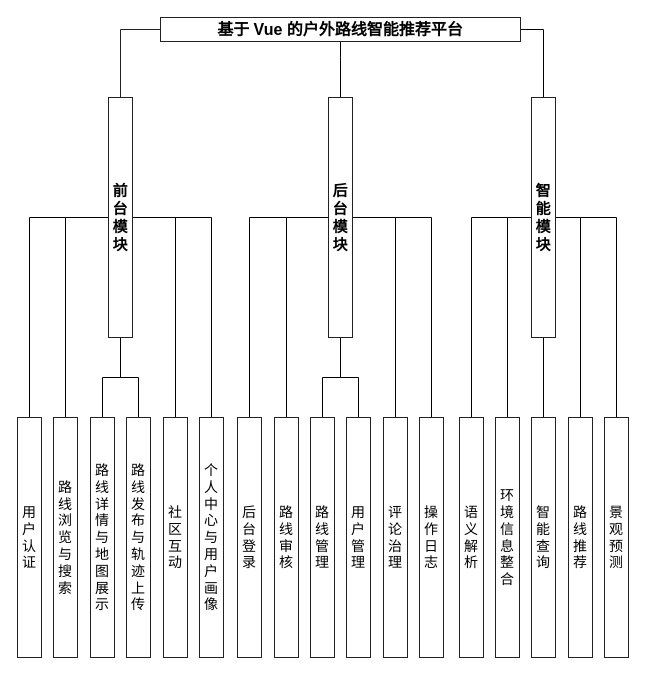
This is DOCS/architecture-diagrams/sources/系统功能模块图.drawio from 612cs/TrailQuest, a draw.io file, before an edit. Source tidied: cells renumbered, new cells numbered last; positions are measured from the earlier drawing's top-left corner, leaving out a move shared by most shapes. Both pictures are drawn from the tidied source at 100%, with x=0, y=0 at pixel (17, 17).
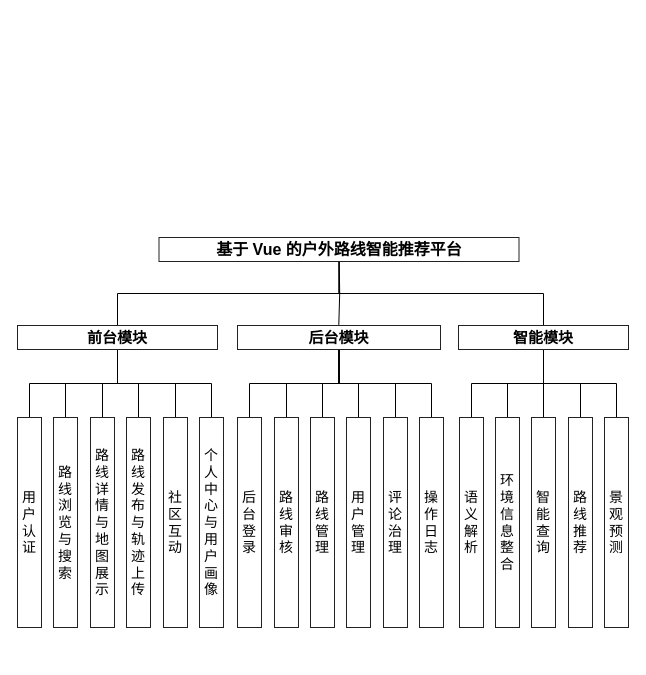
Above is the later version.

Diff of the diagram source:
```diff
@@
+    <mxCell id="44" style="edgeStyle=orthogonalEdgeStyle;rounded=0;jettySize=auto;html=1;entryX=0;entryY=0.5;entryDx=0;entryDy=0;endArrow=none;endFill=0;" parent="1" edge="1" source="4" target="11">
+      <mxGeometry relative="1" as="geometry" />
+    </mxCell>
-    <mxCell id="2" style="edgeStyle=orthogonalEdgeStyle;rounded=0;jettySize=auto;html=1;entryX=0.5;entryY=0;entryDx=0;entryDy=0;endArrow=none;endFill=0;" parent="1" edge="1" source="4" target="26">
+    <mxCell id="2" style="edgeStyle=orthogonalEdgeStyle;rounded=0;jettySize=auto;html=1;entryX=0;entryY=0.5;entryDx=0;entryDy=0;endArrow=none;endFill=0;" parent="1" edge="1" source="4" target="26">
       <mxGeometry relative="1" as="geometry" />
     </mxCell>
-    <mxCell id="3" style="edgeStyle=orthogonalEdgeStyle;rounded=0;jettySize=auto;html=1;endArrow=none;endFill=0;" parent="1" edge="1" source="4" target="18">
-      <mxGeometry relative="1" as="geometry">
-        <Array as="points">
-          <mxPoint x="323" y="40" />
-          <mxPoint x="323" y="40" />
-        </Array>
-      </mxGeometry>
-    </mxCell>
-    <mxCell id="4" value="基于 Vue 的户外路线智能推荐平台" style="rounded=0;whiteSpace=wrap;html=1;strokeColor=#222222;fillColor=#ffffff;fontSize=16;fontStyle=1;" parent="1" vertex="1">
-      <mxGeometry x="143" width="360" height="24" as="geometry" />
+    <mxCell id="4" value="基于 Vue 的户外路线智能推荐平台" style="rounded=0;whiteSpace=wrap;html=1;strokeColor=#222222;fillColor=none;fontSize=16;fontStyle=1;" parent="1" vertex="1">
+      <mxGeometry x="141.5" y="220" width="360" height="24" as="geometry" />
     </mxCell>
@@
-    <mxCell id="6" style="edgeStyle=orthogonalEdgeStyle;rounded=0;jettySize=auto;html=1;endArrow=none;endFill=0;" parent="1" edge="1" source="11" target="32">
-      <mxGeometry relative="1" as="geometry" />
-    </mxCell>
-    <mxCell id="7" style="edgeStyle=orthogonalEdgeStyle;rounded=0;jettySize=auto;html=1;endArrow=none;endFill=0;" parent="1" edge="1" source="11" target="31">
-      <mxGeometry relative="1" as="geometry" />
-    </mxCell>
@@
+    <mxCell id="7" style="edgeStyle=orthogonalEdgeStyle;rounded=0;jettySize=auto;html=1;endArrow=none;endFill=0;" parent="1" edge="1" source="11" target="31">
+      <mxGeometry relative="1" as="geometry" />
+    </mxCell>
+    <mxCell id="6" style="edgeStyle=orthogonalEdgeStyle;rounded=0;jettySize=auto;html=1;entryX=0.5;entryY=0;entryDx=0;entryDy=0;endArrow=none;endFill=0;exitX=1;exitY=0.5;exitDx=0;exitDy=0;" parent="1" edge="1" source="11" target="32">
+      <mxGeometry relative="1" as="geometry" />
+    </mxCell>
-    <mxCell id="11" value="前台模块" style="rounded=0;whiteSpace=wrap;html=1;strokeColor=#222222;fillColor=#ffffff;fontSize=15;fontStyle=1;" parent="1" vertex="1">
-      <mxGeometry x="91" y="80" width="24" height="240" as="geometry" />
+    <mxCell id="11" value="前台模块" style="rounded=0;whiteSpace=wrap;html=1;strokeColor=#222222;fillColor=none;fontSize=15;fontStyle=1;direction=south;" parent="1" vertex="1">
+      <mxGeometry y="308" width="200" height="24" as="geometry" />
     </mxCell>
@@
-    <mxCell id="18" value="后台模块" style="rounded=0;whiteSpace=wrap;html=1;strokeColor=#222222;fillColor=#ffffff;fontSize=15;fontStyle=1;" parent="1" vertex="1">
-      <mxGeometry x="311" y="80" width="24" height="240" as="geometry" />
+    <mxCell id="18" value="后台模块" style="rounded=0;whiteSpace=wrap;html=1;strokeColor=#222222;fillColor=none;fontSize=15;fontStyle=1;direction=south;" parent="1" vertex="1">
+      <mxGeometry x="220" y="308" width="203" height="24" as="geometry" />
     </mxCell>
@@
-    <mxCell id="26" value="智能模块" style="rounded=0;whiteSpace=wrap;html=1;strokeColor=#222222;fillColor=#ffffff;fontSize=15;fontStyle=1;" parent="1" vertex="1">
-      <mxGeometry x="514" y="80" width="24" height="240" as="geometry" />
+    <mxCell id="26" value="智能模块" style="rounded=0;whiteSpace=wrap;html=1;strokeColor=#222222;fillColor=none;fontSize=15;fontStyle=1;direction=south;" parent="1" vertex="1">
+      <mxGeometry x="441" y="308" width="170" height="24" as="geometry" />
     </mxCell>
-    <mxCell id="27" value="用户认证" style="rounded=0;whiteSpace=wrap;html=1;verticalLabel=1;align=center;verticalAlign=middle;strokeColor=#222222;fillColor=#ffffff;fontSize=14;" parent="1" vertex="1">
-      <mxGeometry y="400" width="24" height="240" as="geometry" />
+    <mxCell id="27" value="用户认证" style="rounded=0;whiteSpace=wrap;html=1;verticalLabel=1;align=center;verticalAlign=middle;strokeColor=#222222;fillColor=none;fontSize=14;" parent="1" vertex="1">
+      <mxGeometry y="400" width="24" height="210" as="geometry" />
     </mxCell>
-    <mxCell id="28" value="路线浏览&#10;与搜索" style="rounded=0;whiteSpace=wrap;html=1;verticalLabel=1;align=center;verticalAlign=middle;strokeColor=#222222;fillColor=#ffffff;fontSize=14;" parent="1" vertex="1">
-      <mxGeometry x="36" y="400" width="24" height="240" as="geometry" />
+    <mxCell id="28" value="路线浏览&#10;与搜索" style="rounded=0;whiteSpace=wrap;html=1;verticalLabel=1;align=center;verticalAlign=middle;strokeColor=#222222;fillColor=none;fontSize=14;" parent="1" vertex="1">
+      <mxGeometry x="36" y="400" width="24" height="210" as="geometry" />
     </mxCell>
-    <mxCell id="29" value="路线详情&#10;与地图展示" style="rounded=0;whiteSpace=wrap;html=1;verticalLabel=1;align=center;verticalAlign=middle;strokeColor=#222222;fillColor=#ffffff;fontSize=14;" parent="1" vertex="1">
-      <mxGeometry x="73" y="400" width="24" height="240" as="geometry" />
+    <mxCell id="29" value="路线详情&#10;与地图展示" style="rounded=0;whiteSpace=wrap;html=1;verticalLabel=1;align=center;verticalAlign=middle;strokeColor=#222222;fillColor=none;fontSize=14;" parent="1" vertex="1">
+      <mxGeometry x="73" y="400" width="24" height="210" as="geometry" />
     </mxCell>
-    <mxCell id="30" value="路线发布与&#10;轨迹上传" style="rounded=0;whiteSpace=wrap;html=1;verticalLabel=1;align=center;verticalAlign=middle;strokeColor=#222222;fillColor=#ffffff;fontSize=14;" parent="1" vertex="1">
-      <mxGeometry x="109" y="400" width="24" height="240" as="geometry" />
+    <mxCell id="30" value="路线发布与&#10;轨迹上传" style="rounded=0;whiteSpace=wrap;html=1;verticalLabel=1;align=center;verticalAlign=middle;strokeColor=#222222;fillColor=none;fontSize=14;" parent="1" vertex="1">
+      <mxGeometry x="109" y="400" width="24" height="210" as="geometry" />
     </mxCell>
-    <mxCell id="31" value="社区互动" style="rounded=0;whiteSpace=wrap;html=1;verticalLabel=1;align=center;verticalAlign=middle;strokeColor=#222222;fillColor=#ffffff;fontSize=14;" parent="1" vertex="1">
-      <mxGeometry x="146" y="400" width="24" height="240" as="geometry" />
+    <mxCell id="31" value="社区互动" style="rounded=0;whiteSpace=wrap;html=1;verticalLabel=1;align=center;verticalAlign=middle;strokeColor=#222222;fillColor=none;fontSize=14;" parent="1" vertex="1">
+      <mxGeometry x="146" y="400" width="24" height="210" as="geometry" />
     </mxCell>
-    <mxCell id="32" value="个人中心与&#10;用户画像" style="rounded=0;whiteSpace=wrap;html=1;verticalLabel=1;align=center;verticalAlign=middle;strokeColor=#222222;fillColor=#ffffff;fontSize=14;" parent="1" vertex="1">
-      <mxGeometry x="182" y="400" width="24" height="240" as="geometry" />
+    <mxCell id="32" value="个人中心与&#10;用户画像" style="rounded=0;whiteSpace=wrap;html=1;verticalLabel=1;align=center;verticalAlign=middle;strokeColor=#222222;fillColor=none;fontSize=14;" parent="1" vertex="1">
+      <mxGeometry x="182" y="400" width="24" height="210" as="geometry" />
     </mxCell>
-    <mxCell id="33" value="后台登录" style="rounded=0;whiteSpace=wrap;html=1;verticalLabel=1;align=center;verticalAlign=middle;strokeColor=#222222;fillColor=#ffffff;fontSize=14;" parent="1" vertex="1">
-      <mxGeometry x="220" y="400" width="24" height="240" as="geometry" />
+    <mxCell id="33" value="后台登录" style="rounded=0;whiteSpace=wrap;html=1;verticalLabel=1;align=center;verticalAlign=middle;strokeColor=#222222;fillColor=none;fontSize=14;" parent="1" vertex="1">
+      <mxGeometry x="220" y="400" width="24" height="210" as="geometry" />
     </mxCell>
-    <mxCell id="34" value="路线审核" style="rounded=0;whiteSpace=wrap;html=1;verticalLabel=1;align=center;verticalAlign=middle;strokeColor=#222222;fillColor=#ffffff;fontSize=14;" parent="1" vertex="1">
-      <mxGeometry x="257" y="400" width="24" height="240" as="geometry" />
+    <mxCell id="34" value="路线审核" style="rounded=0;whiteSpace=wrap;html=1;verticalLabel=1;align=center;verticalAlign=middle;strokeColor=#222222;fillColor=none;fontSize=14;" parent="1" vertex="1">
+      <mxGeometry x="257" y="400" width="24" height="210" as="geometry" />
     </mxCell>
-    <mxCell id="35" value="路线管理" style="rounded=0;whiteSpace=wrap;html=1;verticalLabel=1;align=center;verticalAlign=middle;strokeColor=#222222;fillColor=#ffffff;fontSize=14;" parent="1" vertex="1">
-      <mxGeometry x="293" y="400" width="24" height="240" as="geometry" />
+    <mxCell id="35" value="路线管理" style="rounded=0;whiteSpace=wrap;html=1;verticalLabel=1;align=center;verticalAlign=middle;strokeColor=#222222;fillColor=none;fontSize=14;" parent="1" vertex="1">
+      <mxGeometry x="293" y="400" width="24" height="210" as="geometry" />
     </mxCell>
-    <mxCell id="36" value="用户管理" style="rounded=0;whiteSpace=wrap;html=1;verticalLabel=1;align=center;verticalAlign=middle;strokeColor=#222222;fillColor=#ffffff;fontSize=14;" parent="1" vertex="1">
-      <mxGeometry x="329" y="400" width="24" height="240" as="geometry" />
+    <mxCell id="36" value="用户管理" style="rounded=0;whiteSpace=wrap;html=1;verticalLabel=1;align=center;verticalAlign=middle;strokeColor=#222222;fillColor=none;fontSize=14;" parent="1" vertex="1">
+      <mxGeometry x="329" y="400" width="24" height="210" as="geometry" />
     </mxCell>
-    <mxCell id="37" value="评论治理" style="rounded=0;whiteSpace=wrap;html=1;verticalLabel=1;align=center;verticalAlign=middle;strokeColor=#222222;fillColor=#ffffff;fontSize=14;" parent="1" vertex="1">
-      <mxGeometry x="366" y="400" width="24" height="240" as="geometry" />
+    <mxCell id="37" value="评论治理" style="rounded=0;whiteSpace=wrap;html=1;verticalLabel=1;align=center;verticalAlign=middle;strokeColor=#222222;fillColor=none;fontSize=14;" parent="1" vertex="1">
+      <mxGeometry x="366" y="400" width="24" height="210" as="geometry" />
     </mxCell>
-    <mxCell id="38" value="操作日志" style="rounded=0;whiteSpace=wrap;html=1;verticalLabel=1;align=center;verticalAlign=middle;strokeColor=#222222;fillColor=#ffffff;fontSize=14;" parent="1" vertex="1">
-      <mxGeometry x="402" y="400" width="24" height="240" as="geometry" />
+    <mxCell id="38" value="操作日志" style="rounded=0;whiteSpace=wrap;html=1;verticalLabel=1;align=center;verticalAlign=middle;strokeColor=#222222;fillColor=none;fontSize=14;" parent="1" vertex="1">
+      <mxGeometry x="402" y="400" width="24" height="210" as="geometry" />
     </mxCell>
-    <mxCell id="39" value="语义解析" style="rounded=0;whiteSpace=wrap;html=1;verticalLabel=1;align=center;verticalAlign=middle;strokeColor=#222222;fillColor=#ffffff;fontSize=14;" parent="1" vertex="1">
-      <mxGeometry x="442" y="400" width="24" height="240" as="geometry" />
+    <mxCell id="39" value="语义解析" style="rounded=0;whiteSpace=wrap;html=1;verticalLabel=1;align=center;verticalAlign=middle;strokeColor=#222222;fillColor=none;fontSize=14;" parent="1" vertex="1">
+      <mxGeometry x="442" y="400" width="24" height="210" as="geometry" />
     </mxCell>
-    <mxCell id="40" value="环境信息&#10;整合" style="rounded=0;whiteSpace=wrap;html=1;verticalLabel=1;align=center;verticalAlign=middle;strokeColor=#222222;fillColor=#ffffff;fontSize=14;" parent="1" vertex="1">
-      <mxGeometry x="478" y="400" width="24" height="240" as="geometry" />
+    <mxCell id="40" value="环境信息&#10;整合" style="rounded=0;whiteSpace=wrap;html=1;verticalLabel=1;align=center;verticalAlign=middle;strokeColor=#222222;fillColor=none;fontSize=14;" parent="1" vertex="1">
+      <mxGeometry x="478" y="400" width="24" height="210" as="geometry" />
     </mxCell>
-    <mxCell id="41" value="智能查询" style="rounded=0;whiteSpace=wrap;html=1;verticalLabel=1;align=center;verticalAlign=middle;strokeColor=#222222;fillColor=#ffffff;fontSize=14;" parent="1" vertex="1">
-      <mxGeometry x="514" y="400" width="24" height="240" as="geometry" />
+    <mxCell id="41" value="智能查询" style="rounded=0;whiteSpace=wrap;html=1;verticalLabel=1;align=center;verticalAlign=middle;strokeColor=#222222;fillColor=none;fontSize=14;" parent="1" vertex="1">
+      <mxGeometry x="514" y="400" width="24" height="210" as="geometry" />
     </mxCell>
-    <mxCell id="42" value="路线推荐" style="rounded=0;whiteSpace=wrap;html=1;verticalLabel=1;align=center;verticalAlign=middle;strokeColor=#222222;fillColor=#ffffff;fontSize=14;" parent="1" vertex="1">
-      <mxGeometry x="551" y="400" width="24" height="240" as="geometry" />
+    <mxCell id="42" value="路线推荐" style="rounded=0;whiteSpace=wrap;html=1;verticalLabel=1;align=center;verticalAlign=middle;strokeColor=#222222;fillColor=none;fontSize=14;" parent="1" vertex="1">
+      <mxGeometry x="551" y="400" width="24" height="210" as="geometry" />
     </mxCell>
-    <mxCell id="43" value="景观预测" style="rounded=0;whiteSpace=wrap;html=1;verticalLabel=1;align=center;verticalAlign=middle;strokeColor=#222222;fillColor=#ffffff;fontSize=14;" parent="1" vertex="1">
-      <mxGeometry x="587" y="400" width="24" height="240" as="geometry" />
+    <mxCell id="43" value="景观预测" style="rounded=0;whiteSpace=wrap;html=1;verticalLabel=1;align=center;verticalAlign=middle;strokeColor=#222222;fillColor=none;fontSize=14;" parent="1" vertex="1">
+      <mxGeometry x="587" y="400" width="24" height="210" as="geometry" />
     </mxCell>
-    <mxCell id="44" style="edgeStyle=orthogonalEdgeStyle;rounded=0;jettySize=auto;html=1;strokeColor=#222222;endArrow=none;endFill=0;" parent="1" edge="1" source="4" target="11">
-      <mxGeometry relative="1" as="geometry" />
-    </mxCell>
+    <mxCell id="45" style="edgeStyle=orthogonalEdgeStyle;rounded=0;orthogonalLoop=1;jettySize=auto;html=1;entryX=-0.026;entryY=0.581;entryDx=0;entryDy=0;entryPerimeter=0;endArrow=none;endFill=0;" parent="1" edge="1">
+      <mxGeometry relative="1" as="geometry">
+        <mxPoint x="321.7" y="244" as="sourcePoint" />
+        <mxPoint x="321.3" y="307.4" as="targetPoint" />
+      </mxGeometry>
+    </mxCell>
```
